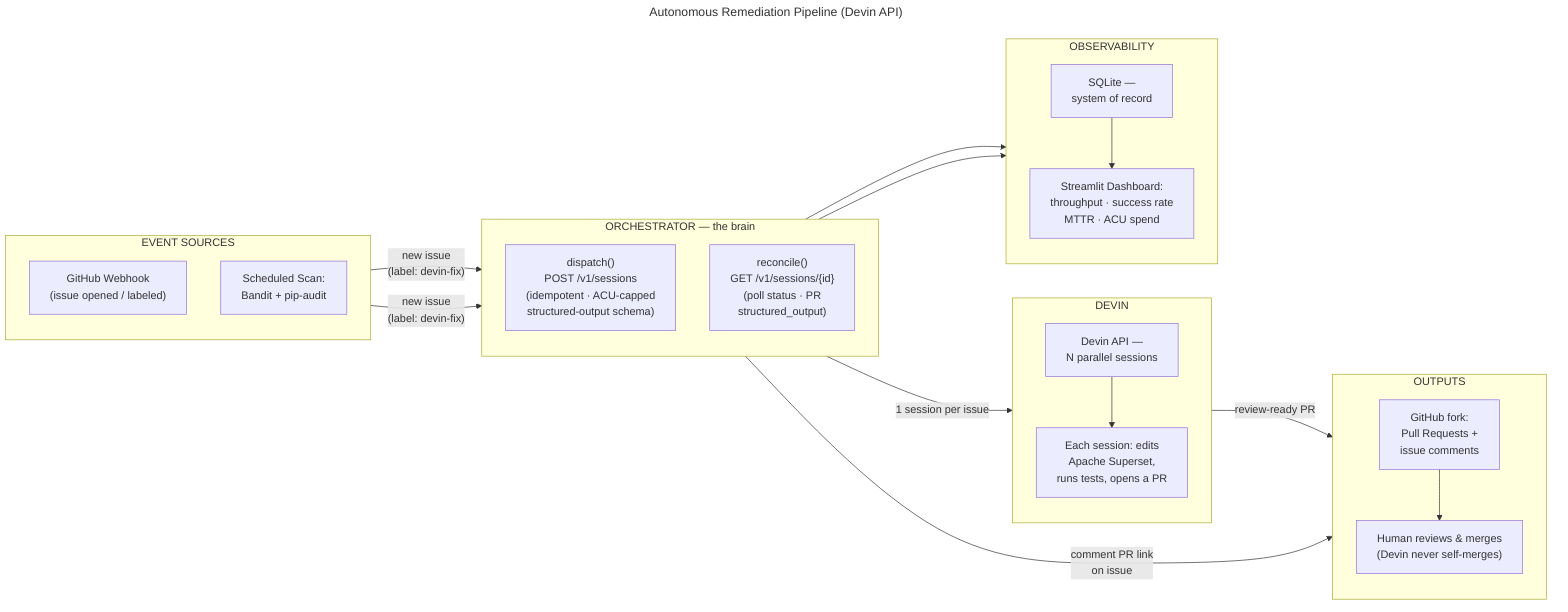
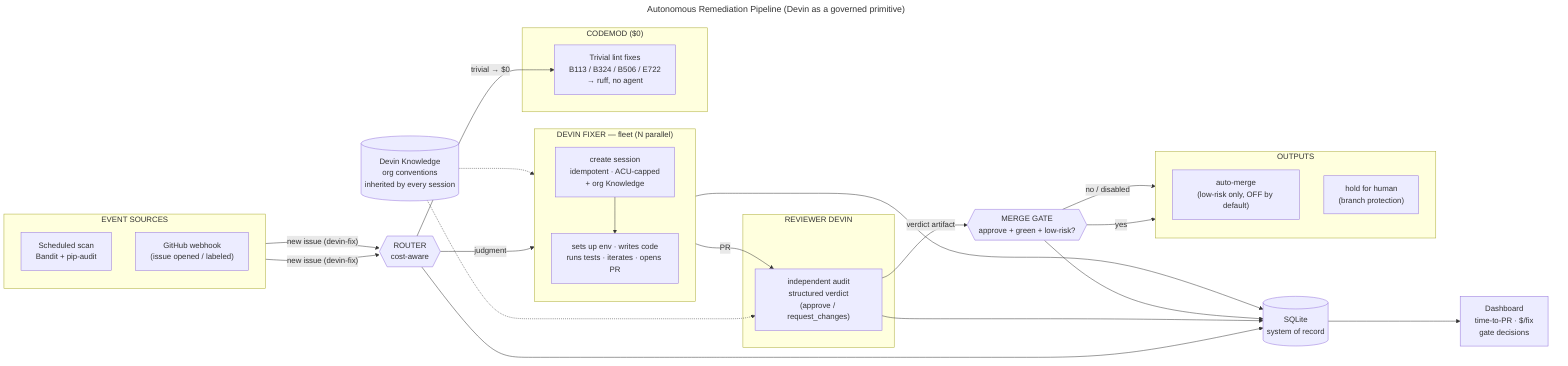
---
- title: Autonomous Remediation Pipeline (Devin API)
+ title: Autonomous Remediation Pipeline (Devin as a governed primitive)
---
flowchart LR
-     subgraph SOURCES["EVENT SOURCES"]
+     subgraph SRC["EVENT SOURCES"]
        direction TB
-         S1["GitHub Webhook<br/>(issue opened / labeled)"]
-         S2["Scheduled Scan:<br/>Bandit + pip-audit"]
+         S1["Scheduled scan<br/>Bandit + pip-audit"]
+         S2["GitHub webhook<br/>(issue opened / labeled)"]
    end

-     subgraph ORCH["ORCHESTRATOR — the brain"]
-         direction TB
-         O1["dispatch()<br/>POST /v1/sessions<br/>(idempotent · ACU-capped<br/>structured-output schema)"]
-         O2["reconcile()<br/>GET /v1/sessions/{id}<br/>(poll status · PR<br/>structured_output)"]
+     R{{"ROUTER<br/>cost-aware"}}
+ 
+     subgraph CM["CODEMOD ($0)"]
+         C1["Trivial lint fixes<br/>B113 / B324 / B506 / E722<br/>→ ruff, no agent"]
    end

-     subgraph DEVIN["DEVIN"]
+     subgraph FX["DEVIN FIXER — fleet (N parallel)"]
        direction TB
-         D1["Devin API —<br/>N parallel sessions"]
-         D2["Each session: edits<br/>Apache Superset,<br/>runs tests, opens a PR"]
-         D1 --> D2
+         F1["create session<br/>idempotent · ACU-capped<br/>+ org Knowledge"]
+         F2["sets up env · writes code<br/>runs tests · iterates · opens PR"]
+         F1 --> F2
    end

-     subgraph OUTPUTS["OUTPUTS"]
-         direction TB
-         P1["GitHub fork:<br/>Pull Requests +<br/>issue comments"]
-         P2["Human reviews & merges<br/>(Devin never self-merges)"]
-         P1 --> P2
+     subgraph RV["REVIEWER DEVIN"]
+         V1["independent audit<br/>structured verdict<br/>(approve / request_changes)"]
    end

-     subgraph OBS["OBSERVABILITY"]
+     G{{"MERGE GATE<br/>approve + green + low-risk?"}}
+ 
+     subgraph OUT["OUTPUTS"]
        direction TB
-         DB["SQLite —<br/>system of record"]
-         DASH["Streamlit Dashboard:<br/>throughput · success rate<br/>MTTR · ACU spend"]
-         DB --> DASH
+         O1["auto-merge<br/>(low-risk only, OFF by default)"]
+         O2["hold for human<br/>(branch protection)"]
    end

-     S1 & S2 -->|"new issue<br/>(label: devin-fix)"| O1
-     O1 -->|"1 session per issue"| D1
-     D2 -->|"review-ready PR"| P1
-     O2 -->|"comment PR link<br/>on issue"| P1
-     O1 --> DB
-     O2 --> DB
+     K[("Devin Knowledge<br/>org conventions<br/>inherited by every session")]
+     DB[("SQLite<br/>system of record")]
+     DASH["Dashboard<br/>time-to-PR · $/fix<br/>gate decisions"]
+ 
+     S1 & S2 -->|"new issue (devin-fix)"| R
+     R -->|"trivial → $0"| C1
+     R -->|"judgment"| F1
+     K -.-> F1
+     K -.-> V1
+     F2 -->|"PR"| V1
+     V1 -->|"verdict artifact"| G
+     G -->|"yes"| O1
+     G -->|"no / disabled"| O2
+     R --> DB
+     F2 --> DB
+     V1 --> DB
+     G --> DB
+     DB --> DASH
